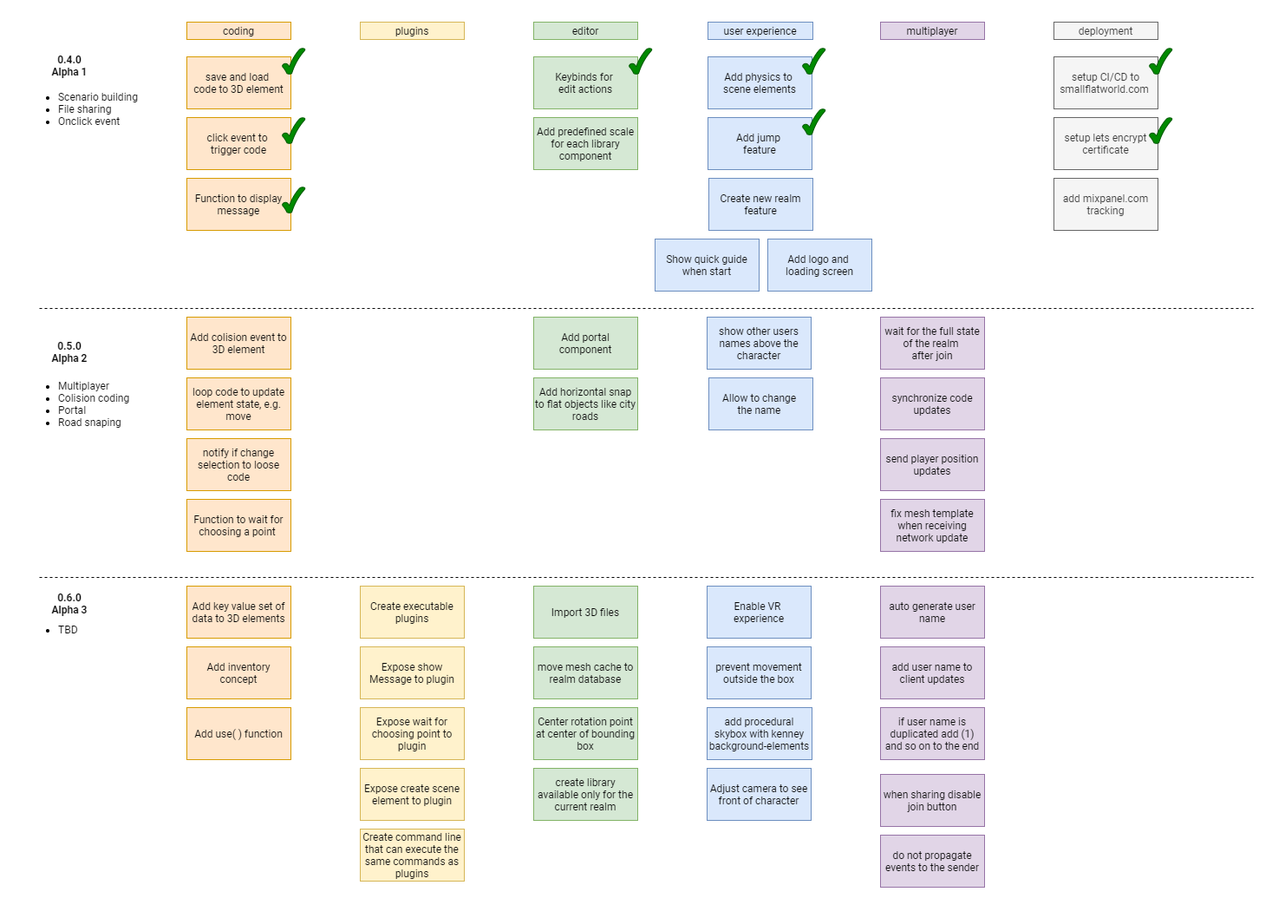
This is small-flat-world-roadmap.png from hamilton-lima/smallflatworld, a draw.io export, as it was before one commit. Source tidied: cells renumbered, new cells last; positions are measured from the earlier drawing's top-left corner, leaving out a move shared by most shapes.
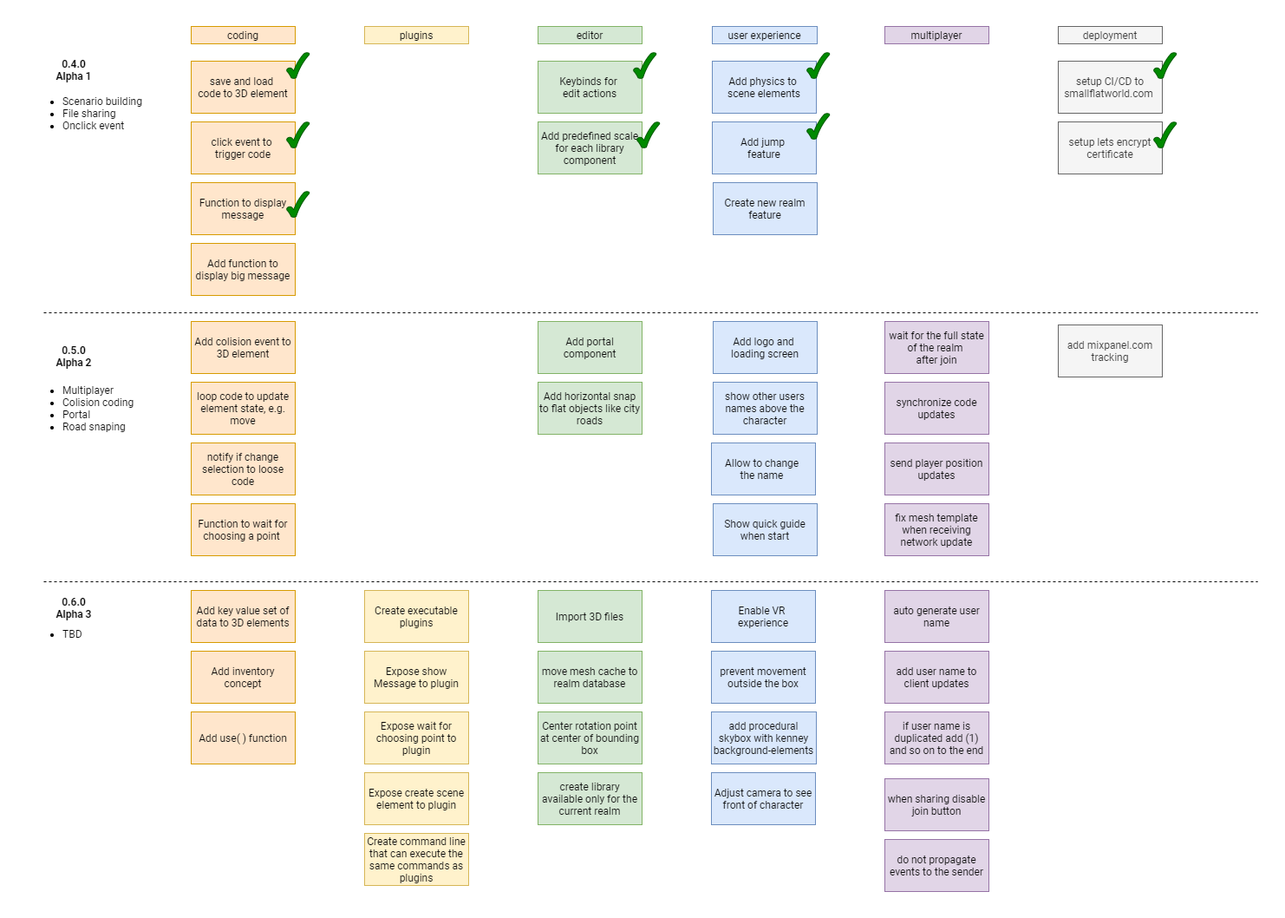
After the change.

The edit, as a diff of the source:
```diff
@@ -108,13 +108,13 @@
       <mxGeometry x="990" y="790" width="120" height="60" as="geometry" />
     </mxCell>
     <mxCell id="37" value="Allow to change &lt;br&gt;the name&amp;nbsp;" style="rounded=0;whiteSpace=wrap;html=1;fontFamily=Roboto;fillColor=#dae8fc;strokeColor=#6c8ebf;" parent="1" vertex="1">
-      <mxGeometry x="792" y="410" width="120" height="60" as="geometry" />
+      <mxGeometry x="790" y="480" width="120" height="60" as="geometry" />
     </mxCell>
     <mxCell id="38" value="user experience" style="text;html=1;strokeColor=#6c8ebf;fillColor=#dae8fc;align=center;verticalAlign=middle;whiteSpace=wrap;rounded=0;fontFamily=Roboto;" parent="1" vertex="1">
       <mxGeometry x="791" width="121" height="20" as="geometry" />
     </mxCell>
     <mxCell id="39" value="show other users names above the character" style="rounded=0;whiteSpace=wrap;html=1;fontFamily=Roboto;fillColor=#dae8fc;strokeColor=#6c8ebf;" parent="1" vertex="1">
-      <mxGeometry x="790" y="340" width="120" height="60" as="geometry" />
+      <mxGeometry x="792" y="410" width="120" height="60" as="geometry" />
     </mxCell>
     <mxCell id="40" value="Add inventory concept" style="rounded=0;whiteSpace=wrap;html=1;fontFamily=Roboto;fillColor=#ffe6cc;strokeColor=#d79b00;" parent="1" vertex="1">
       <mxGeometry x="190" y="720" width="120" height="60" as="geometry" />
@@ -141,7 +141,7 @@
       <mxGeometry x="1300" y="30" width="26.2" height="30" as="geometry" />
     </mxCell>
     <mxCell id="48" value="add mixpanel.com&lt;br&gt;tracking" style="rounded=0;whiteSpace=wrap;html=1;fontFamily=Roboto;fillColor=#f5f5f5;strokeColor=#666666;fontColor=#333333;" parent="1" vertex="1">
-      <mxGeometry x="1190" y="180" width="120" height="60" as="geometry" />
+      <mxGeometry x="1190" y="344" width="120" height="60" as="geometry" />
     </mxCell>
     <mxCell id="49" value="loop code to update element state, e.g. move" style="rounded=0;whiteSpace=wrap;html=1;fontFamily=Roboto;fillColor=#ffe6cc;strokeColor=#d79b00;" parent="1" vertex="1">
       <mxGeometry x="190" y="410" width="120" height="60" as="geometry" />
@@ -201,10 +201,10 @@
       <mxGeometry y="670" width="150" height="60" as="geometry" />
     </mxCell>
     <mxCell id="66" value="Show quick guide when start" style="rounded=0;whiteSpace=wrap;html=1;fontFamily=Roboto;fillColor=#dae8fc;strokeColor=#6c8ebf;" parent="1" vertex="1">
-      <mxGeometry x="730" y="250" width="120" height="60" as="geometry" />
+      <mxGeometry x="792" y="550" width="120" height="60" as="geometry" />
     </mxCell>
     <mxCell id="67" value="Add logo and &lt;br&gt;loading screen" style="rounded=0;whiteSpace=wrap;html=1;fontFamily=Roboto;fillColor=#dae8fc;strokeColor=#6c8ebf;" parent="1" vertex="1">
-      <mxGeometry x="860" y="250" width="120" height="60" as="geometry" />
+      <mxGeometry x="792" y="340" width="120" height="60" as="geometry" />
     </mxCell>
     <mxCell id="68" style="verticalLabelPosition=bottom;verticalAlign=top;html=1;shape=mxgraph.basic.tick;fontFamily=Roboto;fillColor=#008a00;strokeColor=#005700;fontColor=#ffffff;" parent="1" vertex="1">
       <mxGeometry x="1300" y="110" width="26.2" height="30" as="geometry" />
@@ -212,5 +212,11 @@
     <mxCell id="69" style="verticalLabelPosition=bottom;verticalAlign=top;html=1;shape=mxgraph.basic.tick;fontFamily=Roboto;fillColor=#008a00;strokeColor=#005700;fontColor=#ffffff;" parent="1" vertex="1">
       <mxGeometry x="700" y="30" width="26.2" height="30" as="geometry" />
     </mxCell>
+    <mxCell id="70" style="verticalLabelPosition=bottom;verticalAlign=top;html=1;shape=mxgraph.basic.tick;fontFamily=Roboto;fillColor=#008a00;strokeColor=#005700;fontColor=#ffffff;" parent="1" vertex="1">
+      <mxGeometry x="704" y="110" width="26.2" height="30" as="geometry" />
+    </mxCell>
+    <mxCell id="71" value="Add function to display big message" style="rounded=0;whiteSpace=wrap;html=1;fontFamily=Roboto;fillColor=#ffe6cc;strokeColor=#d79b00;" parent="1" vertex="1">
+      <mxGeometry x="190" y="250" width="120" height="60" as="geometry" />
+    </mxCell>
   </root>
 </mxGraphModel>
```
